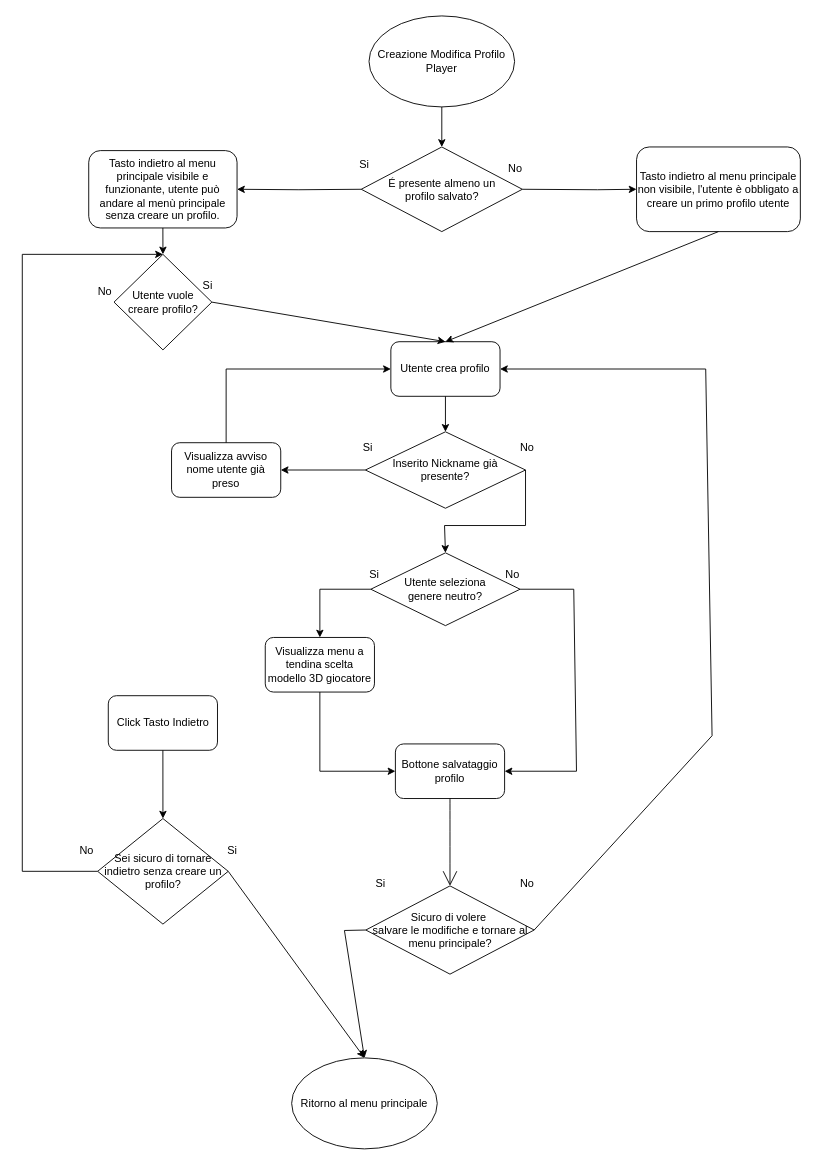
This is doc/Progetti Drawio/FlowChart/FlowchartCreazioneProfiloUtente.drawio from zSavT/Healthy-Catering, a draw.io file, before an edit. Source tidied: cells renumbered, new cells numbered last; positions are measured from the earlier drawing's top-left corner, leaving out a move shared by most shapes. Both pictures are drawn from the tidied source at 91%, with x=0, y=0 at pixel (22, 15).
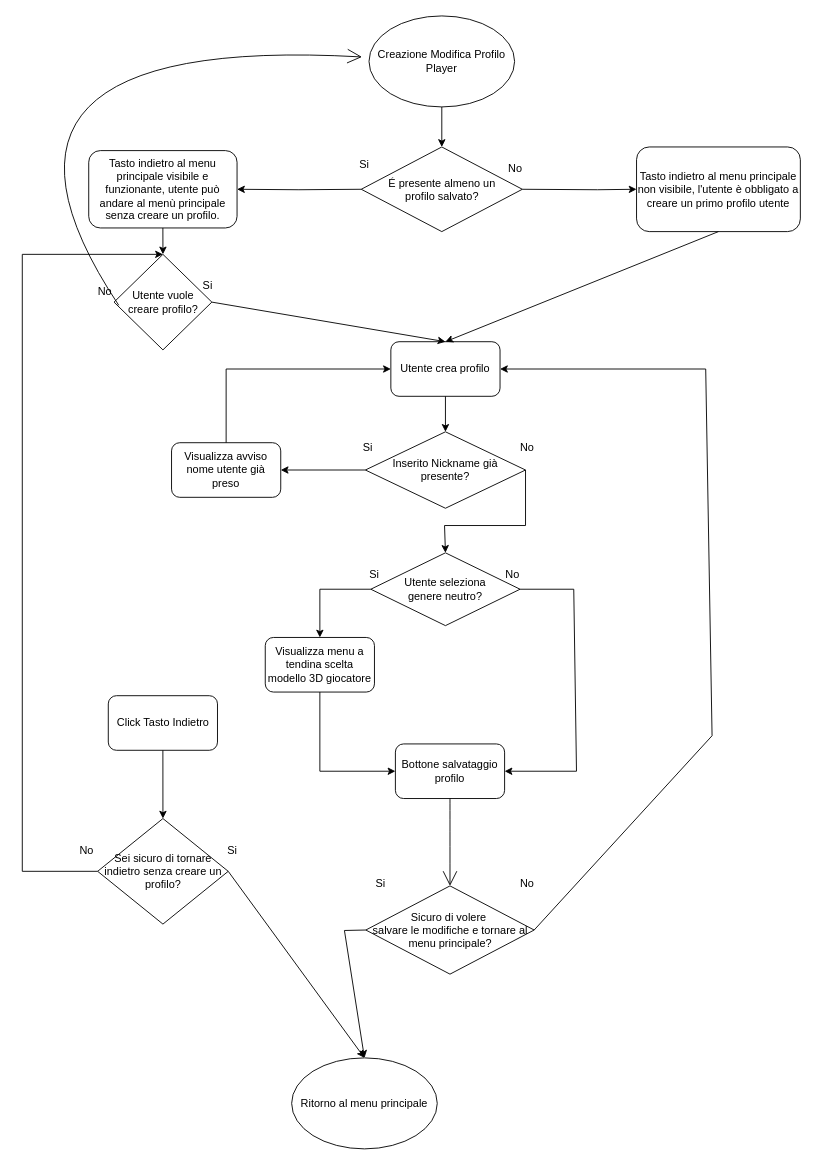
Above is the later version.

Commit message (it also covers changes not shown here):
aggiunti flowchart modificati da @zSavT al file word

The change refers to these unchanged cells:
```xml
<mxCell id="2" value="Creazione Modifica Profilo Player" style="ellipse;whiteSpace=wrap;html=1;hachureGap=4;" parent="1" vertex="1">
  <mxGeometry x="381" width="160" height="100" as="geometry" />
</mxCell>
<mxCell id="40" value="No" style="text;html=1;strokeColor=none;fillColor=none;align=center;verticalAlign=middle;whiteSpace=wrap;rounded=0;" parent="1" vertex="1">
  <mxGeometry x="61" y="288" width="60" height="30" as="geometry" />
</mxCell>
```

Change to the diagram source:
```diff
@@
+    <mxCell id="48" style="edgeStyle=none;jettySize=auto;html=1;rounded=0;endArrow=open;startSize=14;endSize=14;sourcePerimeterSpacing=8;targetPerimeterSpacing=8;curved=1;exitX=0.75;exitY=1;exitDx=0;exitDy=0;" parent="1" edge="1" source="40" target="2">
+      <mxGeometry relative="1" as="geometry">
+        <Array as="points">
+          <mxPoint x="-93" y="19" />
+        </Array>
+      </mxGeometry>
+    </mxCell>
```
